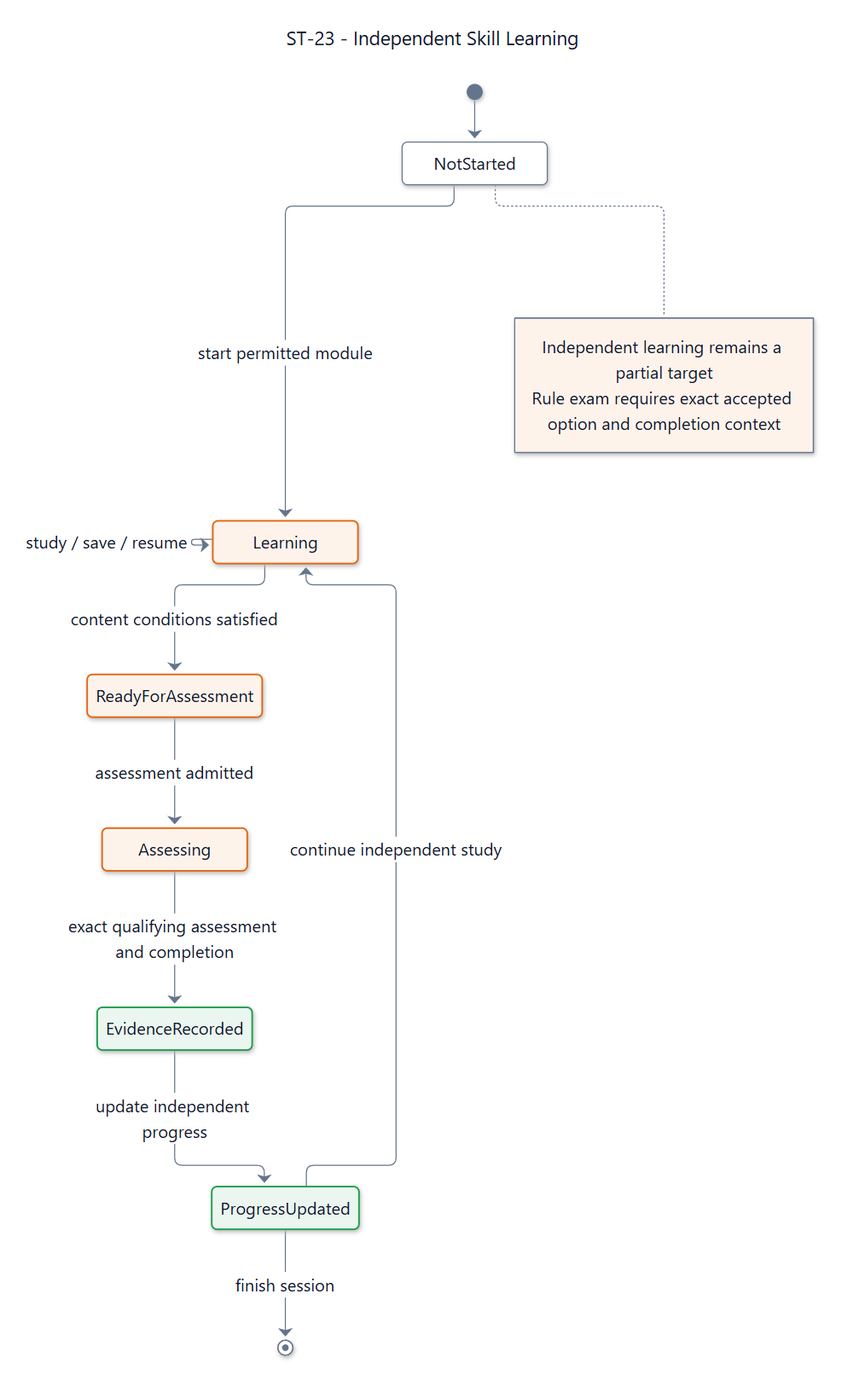
Earlier version of the Mermaid export documents/diagrams/mermaid/st-23.png (SEP490-Fall-2026-GFA26SE64/SEP490). Its source is kept beside it as documents/diagrams/mermaid/st-23.mmd. Source of this version:
```mermaid
---
title: "ST-23 - Independent Skill Learning"
config: {"theme":"base","fontFamily":"Segoe UI, Arial, sans-serif","themeVariables":{"fontFamily":"Segoe UI, Arial, sans-serif","fontSize":"16px","primaryColor":"#ffffff","primaryTextColor":"#0f1729","primaryBorderColor":"#64748b","secondaryColor":"#fef3eb","tertiaryColor":"#ffffff","lineColor":"#64748b","textColor":"#0f1729","mainBkg":"#ffffff","background":"#ffffff","clusterBkg":"#ffffff","clusterBorder":"#64748b","edgeLabelBackground":"#ffffff","titleColor":"#0f1729","noteBkgColor":"#fef3eb","noteTextColor":"#0f1729","noteBorderColor":"#e6650f","labelColor":"#0f1729","compositeBackground":"#ffffff","compositeTitleBackground":"#ffffff","compositeBorder":"#64748b","altBackground":"#ffffff","nodeBorder":"#64748b","nodeTextColor":"#0f1729","cScale0":"#ffffff","cScaleLabel0":"#0f1729","cScale1":"#ffffff","cScaleLabel1":"#0f1729","cScale2":"#ffffff","cScaleLabel2":"#0f1729","cScale3":"#ffffff","cScaleLabel3":"#0f1729","cScale4":"#ffffff","cScaleLabel4":"#0f1729","cScale5":"#ffffff","cScaleLabel5":"#0f1729","cScale6":"#ffffff","cScaleLabel6":"#0f1729","cScale7":"#ffffff","cScaleLabel7":"#0f1729","cScale8":"#ffffff","cScaleLabel8":"#0f1729","cScale9":"#ffffff","cScaleLabel9":"#0f1729","cScale10":"#ffffff","cScaleLabel10":"#0f1729","cScale11":"#ffffff","cScaleLabel11":"#0f1729","secondaryBorderColor":"#64748b","tertiaryBorderColor":"#64748b","secondaryTextColor":"#0f1729","tertiaryTextColor":"#0f1729"},"state":{"nodeSpacing":42,"rankSpacing":64,"padding":16,"fontSize":16,"wrappingWidth":250}}
---

stateDiagram-v2
  state "NotStarted" as SDD_ST_23_NotStarted
  state "Learning" as SDD_ST_23_Learning
  state "ReadyForAssessment" as SDD_ST_23_Ready
  state "Assessing" as SDD_ST_23_Assessing
  state "EvidenceRecorded" as SDD_ST_23_Evidence
  state "ProgressUpdated" as SDD_ST_23_Progress
  [*] --> SDD_ST_23_NotStarted
  SDD_ST_23_NotStarted --> SDD_ST_23_Learning : start permitted module
  SDD_ST_23_Learning --> SDD_ST_23_Learning : study / save / resume
  SDD_ST_23_Learning --> SDD_ST_23_Ready : content conditions satisfied
  SDD_ST_23_Ready --> SDD_ST_23_Assessing : assessment admitted
  SDD_ST_23_Assessing --> SDD_ST_23_Evidence : exact qualifying assessment and completion
  SDD_ST_23_Evidence --> SDD_ST_23_Progress : update independent progress
  SDD_ST_23_Progress --> SDD_ST_23_Learning : continue independent study
  SDD_ST_23_Progress --> [*] : finish session

  classDef working fill:#fef3eb,stroke:#e6650f,color:#0f1729,stroke-width:1.5px
  classDef accepted fill:#eaf6ef,stroke:#1a9e4a,color:#0f1729,stroke-width:1.5px
  class SDD_ST_23_Learning,SDD_ST_23_Ready,SDD_ST_23_Assessing working
  class SDD_ST_23_Evidence,SDD_ST_23_Progress accepted

  note right of SDD_ST_23_NotStarted
    Independent learning remains a partial target
    Rule exam requires exact accepted option and completion context
  end note
```
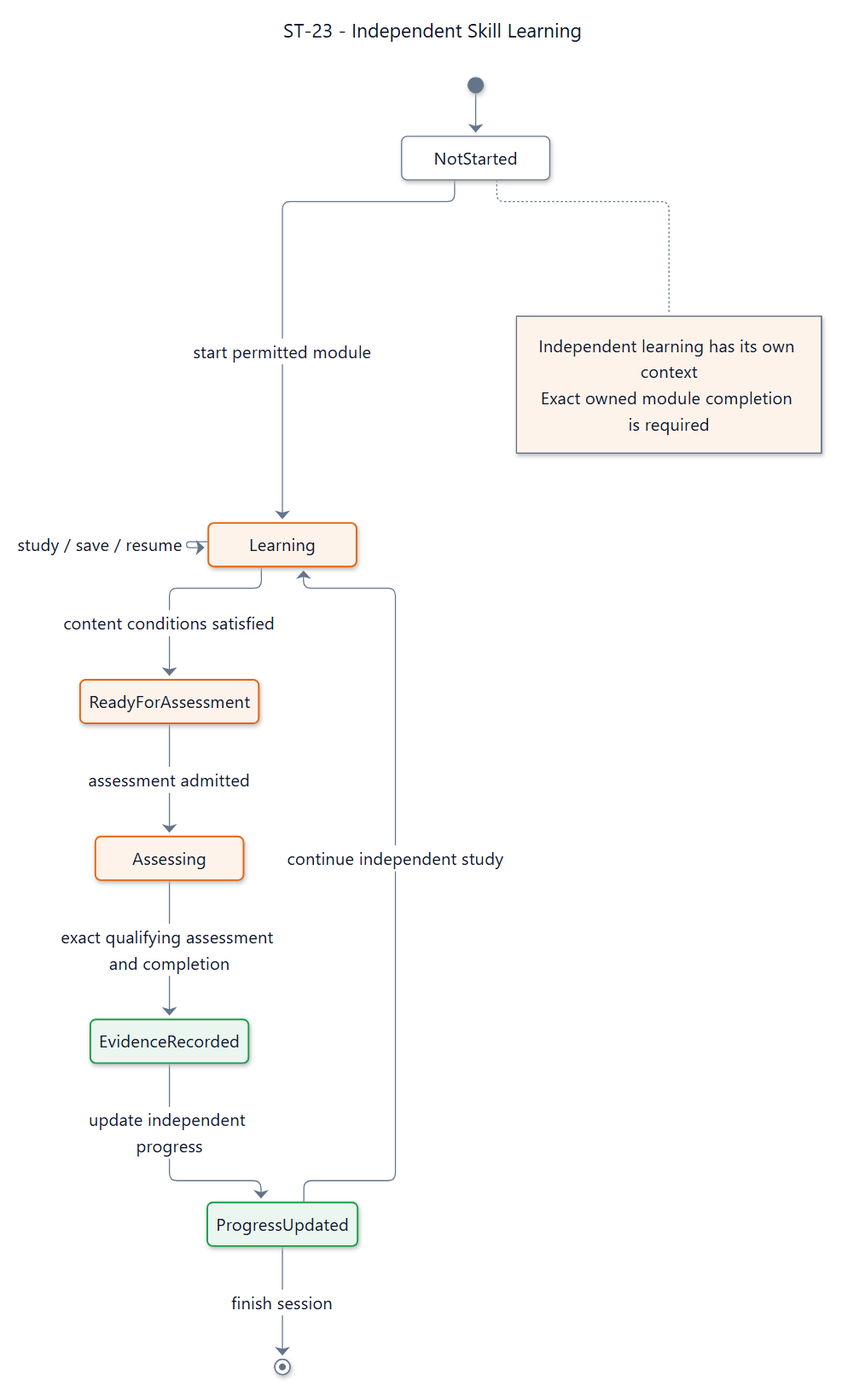
After the change.

Diff of the diagram source:
```diff
@@ -26,6 +26,6 @@
   class SDD_ST_23_Evidence,SDD_ST_23_Progress accepted
 
   note right of SDD_ST_23_NotStarted
-    Independent learning remains a partial target
-    Rule exam requires exact accepted option and completion context
+    Independent learning has its own context
+    Exact owned module completion is required
   end note
```
